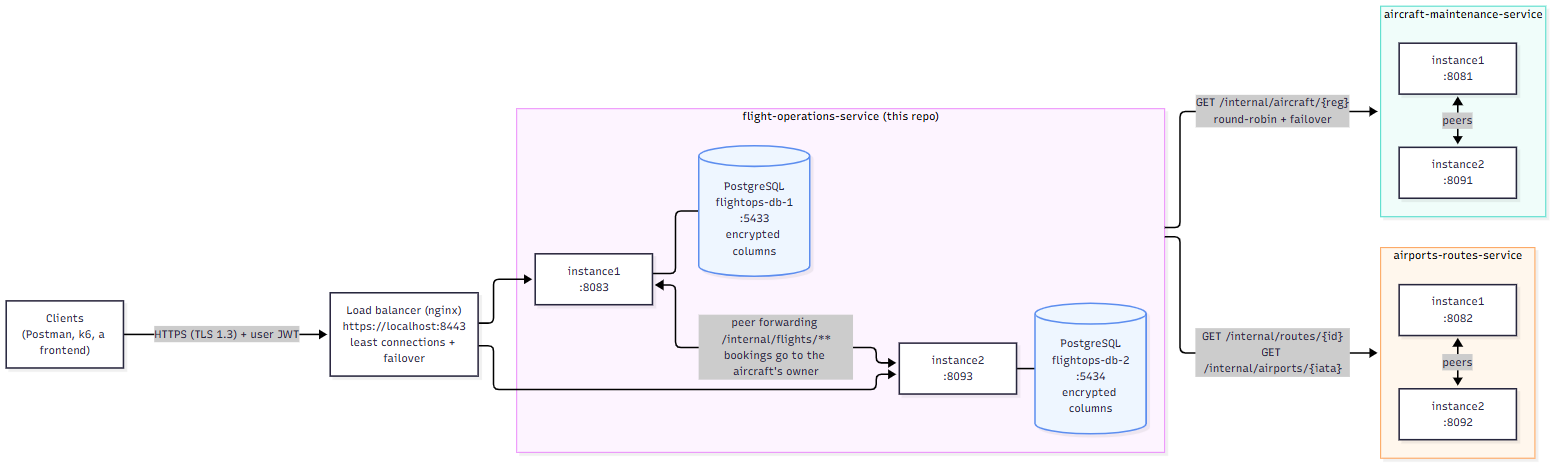
The Mermaid diagram docs/diagrams/1-system-overview.png in ImJay1527/flight-operations-service, before a commit. Its source is kept beside it as docs/diagrams/1-system-overview.mmd.
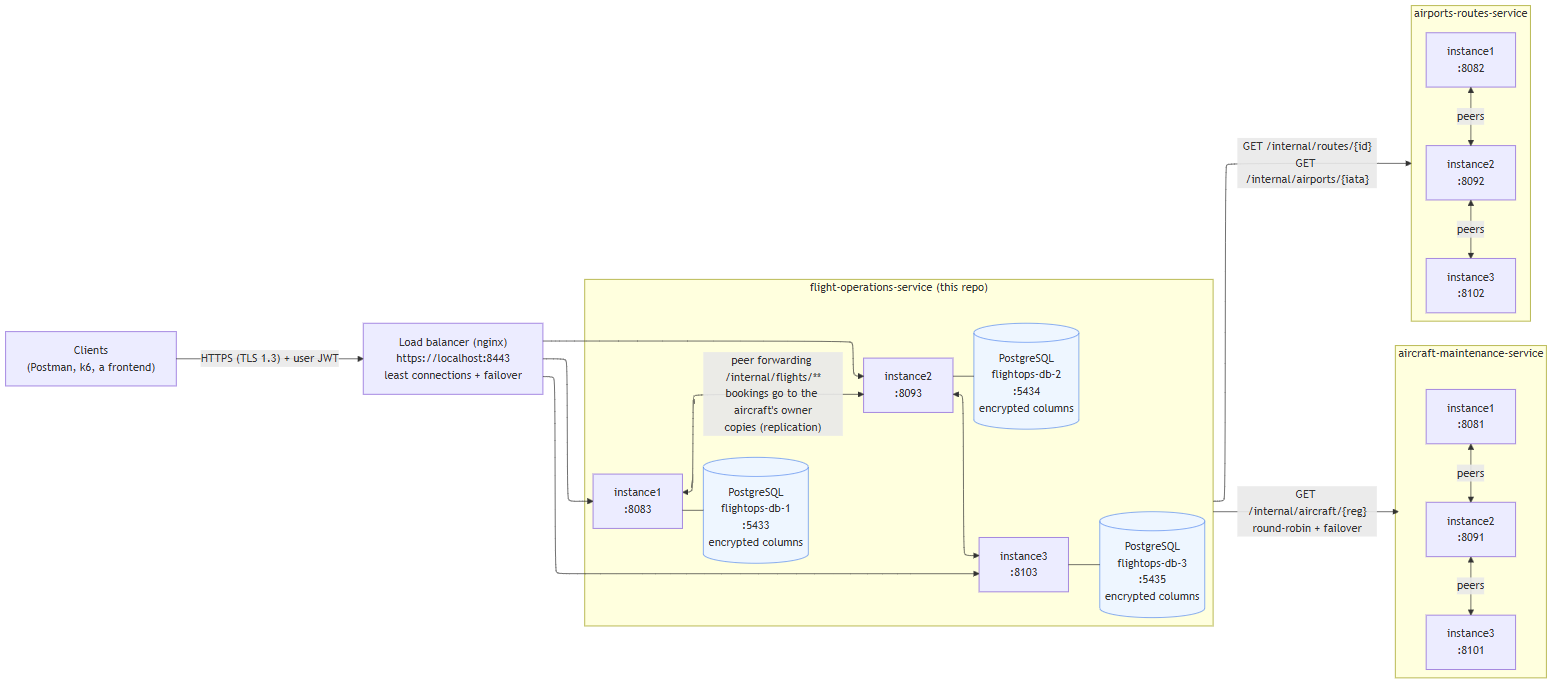
After the commit.

What changed in the source:
```diff
@@ -1,3 +1,7 @@
+---
+config:
+  layout: elk
+---
 flowchart LR
     client["Clients<br/>(Postman, k6, a frontend)"]
     lb["Load balancer (nginx)<br/>https://localhost:8443<br/>least connections + failover"]
@@ -6,32 +10,41 @@
         direction TB
         fo1["instance1<br/>:8083"]
         fo2["instance2<br/>:8093"]
+        fo3["instance3<br/>:8103"]
         db1[("PostgreSQL<br/>flightops-db-1<br/>:5433<br/>encrypted columns")]
         db2[("PostgreSQL<br/>flightops-db-2<br/>:5434<br/>encrypted columns")]
+        db3[("PostgreSQL<br/>flightops-db-3<br/>:5435<br/>encrypted columns")]
         fo1 --- db1
         fo2 --- db2
-        fo1 <-->|"peer forwarding /internal/flights/**<br/>bookings go to the aircraft's owner"| fo2
+        fo3 --- db3
+        fo1 <-->|"peer forwarding /internal/flights/**<br/>bookings go to the aircraft's owner<br/>copies (replication)"| fo2
+        fo2 <--> fo3
     end
 
     subgraph AM["aircraft-maintenance-service"]
         direction TB
         am1["instance1<br/>:8081"]
         am2["instance2<br/>:8091"]
+        am3["instance3<br/>:8101"]
         am1 <-->|peers| am2
+        am2 <-->|peers| am3
     end
 
     subgraph AR["airports-routes-service"]
         direction TB
         ar1["instance1<br/>:8082"]
         ar2["instance2<br/>:8092"]
+        ar3["instance3<br/>:8102"]
         ar1 <-->|peers| ar2
+        ar2 <-->|peers| ar3
     end
 
     client -->|"HTTPS (TLS 1.3) + user JWT"| lb
     lb --> fo1
     lb --> fo2
+    lb --> fo3
     FO -->|"GET /internal/aircraft/{reg}<br/>round-robin + failover"| AM
     FO -->|"GET /internal/routes/{id}<br/>GET /internal/airports/{iata}"| AR
 
     classDef db fill:#eef6ff,stroke:#5b8def
-    class db1,db2 db
+    class db1,db2,db3 db
```
